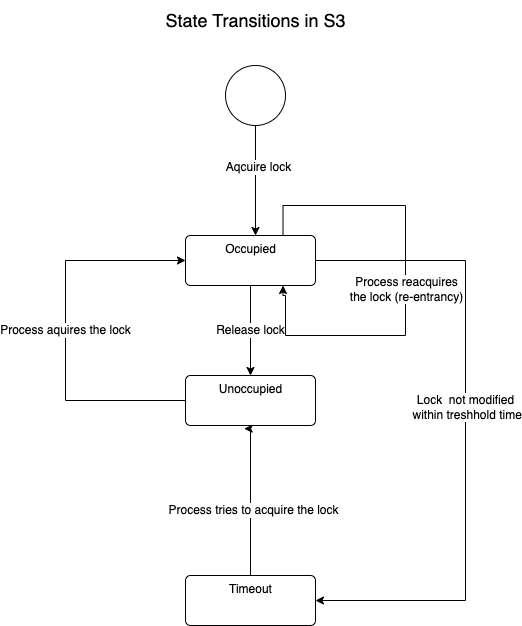
Above: diagrams/state_transitions.drawio.png in Skyvell/s3lock (draw.io), before the change. Source tidied: cells renumbered, new cells last; positions are measured from the earlier drawing's top-left corner, leaving out a move shared by most shapes. The source it was exported from:
```xml
<mxGraphModel>
  <root>
    <mxCell id="0" />
    <mxCell id="1" parent="0" />
    <mxCell id="2" style="edgeStyle=orthogonalEdgeStyle;rounded=0;html=1;" parent="1" edge="1" source="4">
      <mxGeometry relative="1" as="geometry">
        <mxPoint x="190" y="235" as="targetPoint" />
      </mxGeometry>
    </mxCell>
    <mxCell id="3" value="&lt;font style=&quot;font-size: 12px;&quot;&gt;Aqcuire lock&lt;/font&gt;" style="edgeLabel;html=1;align=center;verticalAlign=middle;" parent="2" vertex="1">
      <mxGeometry x="-0.25" y="2" relative="1" as="geometry" />
    </mxCell>
    <mxCell id="4" style="shape=ellipse;html=1;dashed=0;whitespace=wrap;perimeter=ellipsePerimeter;" parent="1" vertex="1">
      <mxGeometry x="160" y="65" width="60" height="60" as="geometry" />
    </mxCell>
    <mxCell id="5" style="edgeStyle=orthogonalEdgeStyle;rounded=0;html=1;exitX=0.5;exitY=0;exitDx=0;exitDy=0;entryX=0.451;entryY=1.063;entryDx=0;entryDy=0;entryPerimeter=0;" parent="1" edge="1" source="7" target="15">
      <mxGeometry relative="1" as="geometry">
        <Array as="points">
          <mxPoint x="185" y="428" />
        </Array>
      </mxGeometry>
    </mxCell>
    <mxCell id="6" value="&lt;font style=&quot;font-size: 12px;&quot;&gt;Process tries to acquire the lock&lt;/font&gt;" style="edgeLabel;html=1;align=center;verticalAlign=middle;" parent="5" vertex="1">
      <mxGeometry x="-0.14" y="-2" relative="1" as="geometry" />
    </mxCell>
    <mxCell id="7" value="Timeout" style="html=1;align=center;verticalAlign=top;rounded=1;absoluteArcSize=1;arcSize=10;dashed=0;" parent="1" vertex="1">
      <mxGeometry x="120" y="575" width="130" height="50" as="geometry" />
    </mxCell>
    <mxCell id="8" value="&lt;font style=&quot;font-size: 12px;&quot;&gt;Release lock&lt;/font&gt;" style="edgeStyle=orthogonalEdgeStyle;rounded=0;html=1;exitX=0.5;exitY=1;exitDx=0;exitDy=0;entryX=0.5;entryY=0;entryDx=0;entryDy=0;" parent="1" edge="1" source="13" target="15">
      <mxGeometry relative="1" as="geometry" />
    </mxCell>
    <mxCell id="9" style="edgeStyle=orthogonalEdgeStyle;rounded=0;html=1;exitX=1;exitY=0.5;exitDx=0;exitDy=0;entryX=1;entryY=0.5;entryDx=0;entryDy=0;" parent="1" edge="1" source="13" target="7">
      <mxGeometry relative="1" as="geometry">
        <Array as="points">
          <mxPoint x="400" y="260" />
          <mxPoint x="400" y="600" />
        </Array>
      </mxGeometry>
    </mxCell>
    <mxCell id="10" value="&lt;font style=&quot;font-size: 12px;&quot;&gt;Lock&amp;nbsp; not modified&lt;br&gt;&amp;nbsp;within treshhold time&lt;/font&gt;" style="edgeLabel;html=1;align=center;verticalAlign=middle;" parent="9" vertex="1">
      <mxGeometry x="-0.07" y="-1" relative="1" as="geometry" />
    </mxCell>
    <mxCell id="11" style="edgeStyle=orthogonalEdgeStyle;rounded=0;html=1;exitX=0.75;exitY=0;exitDx=0;exitDy=0;entryX=0.75;entryY=1;entryDx=0;entryDy=0;" parent="1" edge="1" source="13" target="13">
      <mxGeometry relative="1" as="geometry">
        <Array as="points">
          <mxPoint x="218" y="205" />
          <mxPoint x="340" y="205" />
          <mxPoint x="340" y="335" />
          <mxPoint x="220" y="335" />
          <mxPoint x="220" y="295" />
          <mxPoint x="218" y="295" />
        </Array>
      </mxGeometry>
    </mxCell>
    <mxCell id="12" value="&lt;font style=&quot;font-size: 12px;&quot;&gt;Process reacquires&lt;br&gt;the lock (re-entrancy)&lt;/font&gt;" style="edgeLabel;html=1;align=center;verticalAlign=middle;" parent="11" vertex="1">
      <mxGeometry x="0.04" relative="1" as="geometry" />
    </mxCell>
    <mxCell id="13" value="Occupied" style="html=1;align=center;verticalAlign=top;rounded=1;absoluteArcSize=1;arcSize=10;dashed=0;" parent="1" vertex="1">
      <mxGeometry x="120" y="235" width="130" height="50" as="geometry" />
    </mxCell>
    <mxCell id="14" value="&lt;font style=&quot;font-size: 12px;&quot;&gt;Process aquires the lock&lt;/font&gt;" style="edgeStyle=orthogonalEdgeStyle;rounded=0;html=1;exitX=0;exitY=0.5;exitDx=0;exitDy=0;entryX=0;entryY=0.5;entryDx=0;entryDy=0;" parent="1" edge="1" source="15" target="13">
      <mxGeometry relative="1" as="geometry">
        <Array as="points">
          <mxPoint y="400" />
          <mxPoint y="260" />
        </Array>
      </mxGeometry>
    </mxCell>
    <mxCell id="15" value="Unoccupied" style="html=1;align=center;verticalAlign=top;rounded=1;absoluteArcSize=1;arcSize=10;dashed=0;" parent="1" vertex="1">
      <mxGeometry x="120" y="375" width="130" height="50" as="geometry" />
    </mxCell>
    <mxCell id="16" value="&lt;font style=&quot;font-size: 18px;&quot;&gt;State Transitions in S3&lt;/font&gt;" style="text;html=1;align=center;verticalAlign=middle;strokeColor=none;fillColor=none;fontSize=12;" parent="1" vertex="1">
      <mxGeometry x="90" width="200" height="40" as="geometry" />
    </mxCell>
  </root>
</mxGraphModel>
```
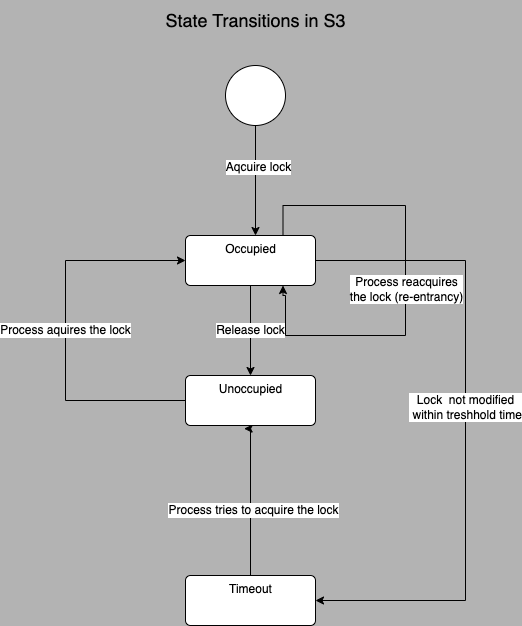
After the change.

Diff of the diagram source:
```diff
@@ -1,4 +1,4 @@
-<mxGraphModel>
+<mxGraphModel background="#B3B3B3">
   <root>
     <mxCell id="0" />
     <mxCell id="1" parent="0" />
```
